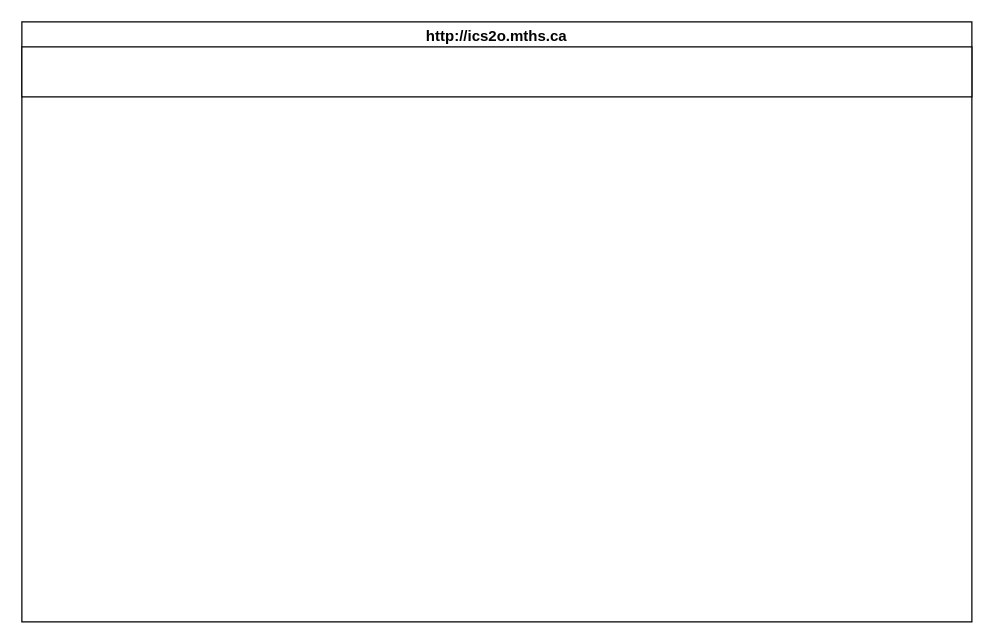
Earlier version of the draw.io diagram design/storyboard.drawio (MTHS-ICD2O-1-2023/ICD2O-Unit-6-04-yoochan-han). Source tidied: cells renumbered, new cells numbered last; positions are measured from the earlier drawing's top-left corner, leaving out a move shared by most shapes. Both pictures are drawn from the tidied source at 125%, with x=0, y=0 at pixel (21, 21).
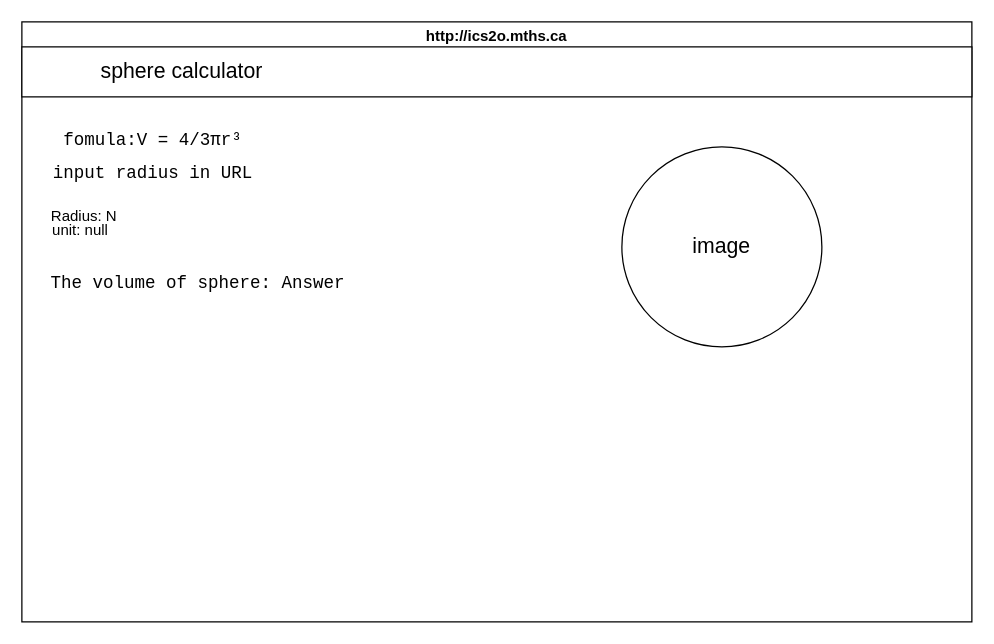
After the change.

The edit, as a diff of the source:
```diff
@@
 <mxGraphModel>
   <root>
     <mxCell id="0" />
     <mxCell id="1" parent="0" />
     <mxCell id="2" value="http://ics2o.mths.ca" style="swimlane;whiteSpace=wrap;html=1;" parent="1" vertex="1">
       <mxGeometry width="760" height="480" as="geometry" />
     </mxCell>
-    <mxCell id="3" style="rounded=0;whiteSpace=wrap;html=1;" parent="2" vertex="1">
+    <mxCell id="3" value="&lt;font style=&quot;font-size: 17px;&quot;&gt;&amp;nbsp; &amp;nbsp; &amp;nbsp; &amp;nbsp; &amp;nbsp; &amp;nbsp; &amp;nbsp;sphere calculator&lt;/font&gt;" style="rounded=0;whiteSpace=wrap;html=1;align=left;" parent="2" vertex="1">
       <mxGeometry y="20" width="760" height="40" as="geometry" />
     </mxCell>
+    <mxCell id="4" value="image" style="ellipse;whiteSpace=wrap;html=1;fontSize=17;" parent="2" vertex="1">
+      <mxGeometry x="480" y="100" width="160" height="160" as="geometry" />
+    </mxCell>
+    <mxCell id="5" value="&lt;div style=&quot;font-family: Consolas, &amp;quot;Courier New&amp;quot;, monospace; font-weight: normal; font-size: 14px; line-height: 19px;&quot;&gt;&lt;div style=&quot;&quot;&gt;&lt;font color=&quot;#000000&quot;&gt;fomula:V = 4/3πr³&lt;/font&gt;&lt;/div&gt;&lt;/div&gt;" style="text;html=1;strokeColor=none;fillColor=none;align=center;verticalAlign=middle;whiteSpace=wrap;rounded=0;fontSize=17;" parent="2" vertex="1">
+      <mxGeometry x="10" y="80" width="190" height="30" as="geometry" />
+    </mxCell>
+    <mxCell id="6" value="&lt;div style=&quot;font-family: Consolas, &amp;quot;Courier New&amp;quot;, monospace; font-weight: normal; font-size: 14px; line-height: 19px;&quot;&gt;&lt;div style=&quot;&quot;&gt;&lt;div style=&quot;line-height: 19px;&quot;&gt;&lt;font style=&quot;&quot; color=&quot;#000000&quot;&gt;input radius in URL&lt;/font&gt;&lt;/div&gt;&lt;/div&gt;&lt;/div&gt;" style="text;html=1;strokeColor=none;fillColor=none;align=center;verticalAlign=middle;whiteSpace=wrap;rounded=0;fontSize=17;" parent="2" vertex="1">
+      <mxGeometry x="10" y="106" width="190" height="30" as="geometry" />
+    </mxCell>
+    <mxCell id="7" value="&lt;font style=&quot;font-size: 12px;&quot;&gt;Radius: N&lt;/font&gt;" style="text;html=1;strokeColor=none;fillColor=none;align=center;verticalAlign=middle;whiteSpace=wrap;rounded=0;labelBackgroundColor=none;fontSize=17;fontColor=#000000;" parent="2" vertex="1">
+      <mxGeometry x="20" y="140" width="60" height="30" as="geometry" />
+    </mxCell>
+    <mxCell id="8" value="&lt;div style=&quot;font-family: Consolas, &amp;quot;Courier New&amp;quot;, monospace; font-size: 14px; line-height: 19px;&quot;&gt;&lt;span style=&quot;background-color: rgb(255, 255, 255);&quot;&gt;The volume of sphere: Answer&lt;/span&gt;&lt;/div&gt;" style="text;html=1;strokeColor=none;fillColor=none;align=center;verticalAlign=middle;whiteSpace=wrap;rounded=0;labelBackgroundColor=none;fontSize=12;fontColor=#000000;" parent="2" vertex="1">
+      <mxGeometry x="21" y="194" width="240" height="30" as="geometry" />
+    </mxCell>
+    <mxCell id="9" value="&lt;font style=&quot;font-size: 12px;&quot;&gt;unit: null&lt;/font&gt;" style="text;html=1;strokeColor=none;fillColor=none;align=center;verticalAlign=middle;whiteSpace=wrap;rounded=0;labelBackgroundColor=none;fontSize=17;fontColor=#000000;" parent="1" vertex="1">
+      <mxGeometry x="17" y="151" width="60" height="30" as="geometry" />
+    </mxCell>
   </root>
 </mxGraphModel>
```
